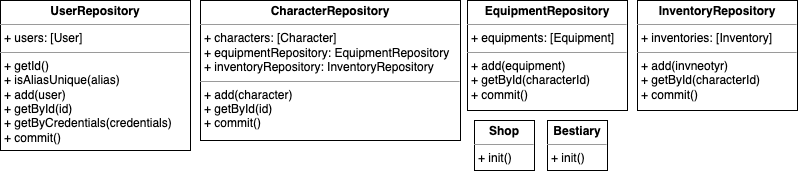
The draw.io diagram Softwaredesign-DataAccessUML.drawio.png in skotnikovda/simple-rpg-server, before a commit. Source tidied: cells renumbered, new cells last; positions are measured from the earlier drawing's top-left corner, leaving out a move shared by most shapes.
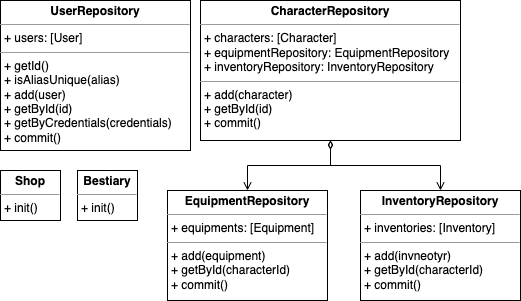
Above is the later version.

Change to the diagram source:
```diff
@@ -8,17 +8,23 @@
     <mxCell id="3" value="&lt;p style=&quot;margin:0px;margin-top:4px;text-align:center;&quot;&gt;&lt;b&gt;CharacterRepository&lt;/b&gt;&lt;/p&gt;&lt;hr size=&quot;1&quot;&gt;&lt;p style=&quot;margin:0px;margin-left:4px;&quot;&gt;+ characters: [Character]&lt;br&gt;&lt;/p&gt;&lt;p style=&quot;margin:0px;margin-left:4px;&quot;&gt;+ equipmentRepository: EquipmentRepository&lt;/p&gt;&lt;p style=&quot;margin:0px;margin-left:4px;&quot;&gt;+ inventoryRepository: InventoryRepository&lt;/p&gt;&lt;hr size=&quot;1&quot;&gt;&lt;p style=&quot;margin:0px;margin-left:4px;&quot;&gt;&lt;span style=&quot;background-color: initial;&quot;&gt;+ add(character)&lt;/span&gt;&lt;br&gt;&lt;/p&gt;&lt;p style=&quot;margin:0px;margin-left:4px;&quot;&gt;+ getById(id)&lt;/p&gt;&lt;p style=&quot;margin:0px;margin-left:4px;&quot;&gt;+ commit()&lt;/p&gt;" style="verticalAlign=top;align=left;overflow=fill;fontSize=12;fontFamily=Helvetica;html=1;" parent="1" vertex="1">
       <mxGeometry x="200" width="260" height="140" as="geometry" />
     </mxCell>
+    <mxCell id="8" style="edgeStyle=orthogonalEdgeStyle;rounded=0;jettySize=auto;html=1;startArrow=open;startFill=0;endArrow=diamondThin;endFill=0;" parent="1" edge="1" source="4" target="3">
+      <mxGeometry relative="1" as="geometry" />
+    </mxCell>
     <mxCell id="4" value="&lt;p style=&quot;margin:0px;margin-top:4px;text-align:center;&quot;&gt;&lt;b&gt;EquipmentRepository&lt;/b&gt;&lt;/p&gt;&lt;hr size=&quot;1&quot;&gt;&lt;p style=&quot;margin:0px;margin-left:4px;&quot;&gt;+ equipments: [Equipment]&lt;br&gt;&lt;/p&gt;&lt;hr size=&quot;1&quot;&gt;&lt;p style=&quot;margin:0px;margin-left:4px;&quot;&gt;&lt;span style=&quot;background-color: initial;&quot;&gt;+ add(equipment)&lt;/span&gt;&lt;br&gt;&lt;/p&gt;&lt;p style=&quot;margin:0px;margin-left:4px;&quot;&gt;+ getById(characterId)&lt;/p&gt;&lt;p style=&quot;margin:0px;margin-left:4px;&quot;&gt;+ commit()&lt;/p&gt;" style="verticalAlign=top;align=left;overflow=fill;fontSize=12;fontFamily=Helvetica;html=1;" parent="1" vertex="1">
-      <mxGeometry x="467" width="160" height="110" as="geometry" />
+      <mxGeometry x="167" y="190" width="160" height="110" as="geometry" />
     </mxCell>
+    <mxCell id="9" style="edgeStyle=orthogonalEdgeStyle;rounded=0;jettySize=auto;html=1;startArrow=open;startFill=0;endArrow=diamondThin;endFill=0;" parent="1" edge="1" source="5" target="3">
+      <mxGeometry relative="1" as="geometry" />
+    </mxCell>
     <mxCell id="5" value="&lt;p style=&quot;margin:0px;margin-top:4px;text-align:center;&quot;&gt;&lt;b&gt;InventoryRepository&lt;/b&gt;&lt;/p&gt;&lt;hr size=&quot;1&quot;&gt;&lt;p style=&quot;margin:0px;margin-left:4px;&quot;&gt;+ inventories: [Inventory]&lt;br&gt;&lt;/p&gt;&lt;hr size=&quot;1&quot;&gt;&lt;p style=&quot;margin:0px;margin-left:4px;&quot;&gt;&lt;span style=&quot;background-color: initial;&quot;&gt;+ add(invneotyr)&lt;/span&gt;&lt;br&gt;&lt;/p&gt;&lt;p style=&quot;margin:0px;margin-left:4px;&quot;&gt;+ getById(characterId)&lt;/p&gt;&lt;p style=&quot;margin:0px;margin-left:4px;&quot;&gt;+ commit()&lt;/p&gt;" style="verticalAlign=top;align=left;overflow=fill;fontSize=12;fontFamily=Helvetica;html=1;" parent="1" vertex="1">
-      <mxGeometry x="637" width="160" height="110" as="geometry" />
+      <mxGeometry x="360" y="190" width="160" height="110" as="geometry" />
     </mxCell>
     <mxCell id="6" value="&lt;p style=&quot;margin:0px;margin-top:4px;text-align:center;&quot;&gt;&lt;b&gt;Shop&lt;/b&gt;&lt;/p&gt;&lt;hr size=&quot;1&quot;&gt;&lt;p style=&quot;margin:0px;margin-left:4px;&quot;&gt;+ init()&lt;/p&gt;" style="verticalAlign=top;align=left;overflow=fill;fontSize=12;fontFamily=Helvetica;html=1;" parent="1" vertex="1">
-      <mxGeometry x="474" y="120" width="60" height="50" as="geometry" />
+      <mxGeometry y="170" width="60" height="50" as="geometry" />
     </mxCell>
     <mxCell id="7" value="&lt;p style=&quot;margin:0px;margin-top:4px;text-align:center;&quot;&gt;&lt;b&gt;Bestiary&lt;/b&gt;&lt;/p&gt;&lt;hr size=&quot;1&quot;&gt;&lt;p style=&quot;margin:0px;margin-left:4px;&quot;&gt;+ init()&lt;/p&gt;" style="verticalAlign=top;align=left;overflow=fill;fontSize=12;fontFamily=Helvetica;html=1;" parent="1" vertex="1">
-      <mxGeometry x="547" y="120" width="60" height="50" as="geometry" />
+      <mxGeometry x="77" y="170" width="60" height="50" as="geometry" />
     </mxCell>
   </root>
 </mxGraphModel>
```
